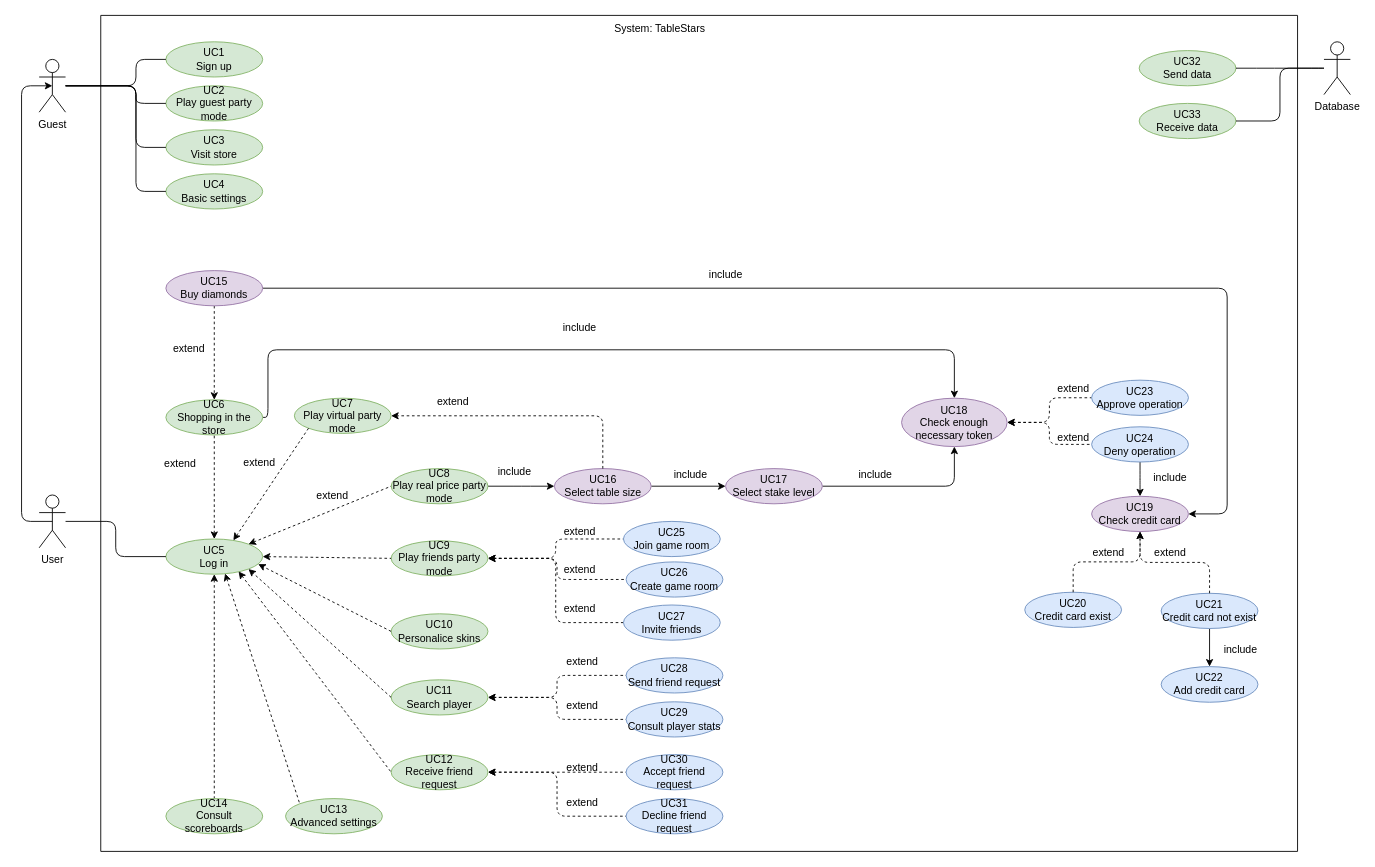
Above: doc/diagrams/TableStars_CU.drawio in samugd17/proyecto-ets (draw.io), before the change. Source tidied: cells renumbered, new cells numbered last; positions are measured from the earlier drawing's top-left corner, leaving out a move shared by most shapes. Both pictures are drawn from the tidied source at 88%, with x=0, y=0 at pixel (21, 15).
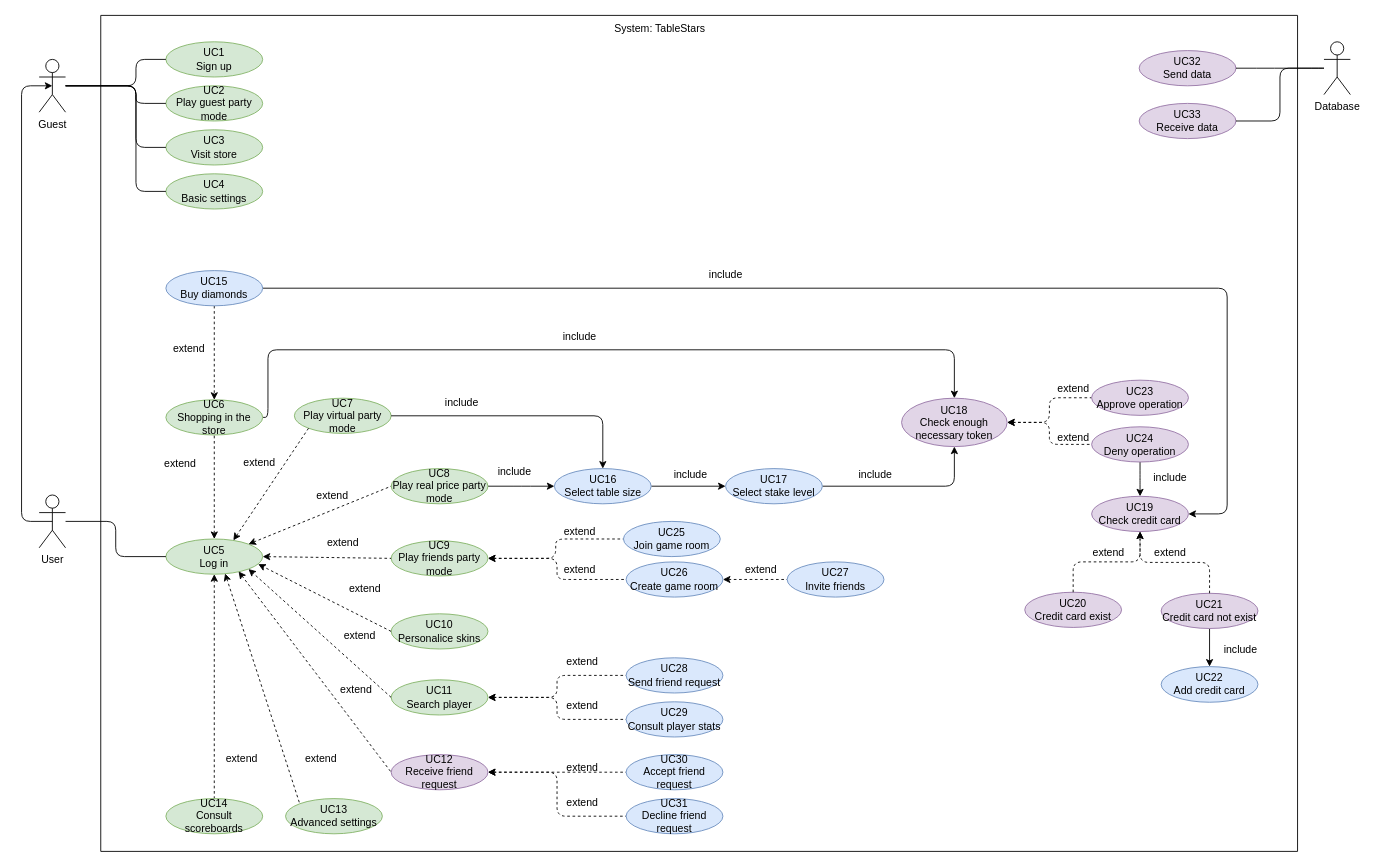
The same diagram, later.

Commit message:
Se corrigen errores y paleta de colores TableStars_CU.drawio #13

The change refers to these unchanged cells:
```xml
<mxCell id="2" style="swimlane;startSize=0;rounded=1;" parent="1" vertex="1">
  <mxGeometry x="90" width="1360" height="950" as="geometry" />
</mxCell>
<mxCell id="16" value="UC9&lt;br&gt;Play friends party mode" style="ellipse;whiteSpace=wrap;html=1;fillColor=#d5e8d4;strokeColor=#82b366;rounded=1;" parent="2" vertex="1">
  <mxGeometry x="330" y="597" width="110" height="40" as="geometry" />
</mxCell>
<mxCell id="53" value="UC26&lt;br&gt;Create game room" style="ellipse;whiteSpace=wrap;html=1;fillColor=#dae8fc;strokeColor=#6c8ebf;rounded=1;" parent="2" vertex="1">
  <mxGeometry x="597" y="621" width="110" height="40" as="geometry" />
</mxCell>
<mxCell id="66" value="UC7&lt;br&gt;Play virtual party mode" style="ellipse;whiteSpace=wrap;html=1;fillColor=#d5e8d4;strokeColor=#82b366;rounded=1;" parent="2" vertex="1">
  <mxGeometry x="220" y="435" width="110" height="40" as="geometry" />
</mxCell>
```

What changed in the source:
```diff
@@
-    <mxCell id="5" value="UC32&lt;br&gt;Send data" style="ellipse;whiteSpace=wrap;html=1;fillColor=#d5e8d4;strokeColor=#82b366;rounded=1;" parent="2" vertex="1">
+    <mxCell id="5" value="UC32&lt;br&gt;Send data" style="ellipse;whiteSpace=wrap;html=1;fillColor=#e1d5e7;strokeColor=#9673a6;rounded=1;" parent="2" vertex="1">
       <mxGeometry x="1180" y="40" width="110" height="40" as="geometry" />
     </mxCell>
@@
     <mxCell id="31" value="include" style="text;html=1;align=center;verticalAlign=middle;strokeColor=none;fillColor=none;rounded=1;" parent="2" vertex="1">
-      <mxGeometry x="514" y="340" width="60" height="30" as="geometry" />
+      <mxGeometry x="514" y="350" width="60" height="30" as="geometry" />
     </mxCell>
@@
-    <mxCell id="34" value="UC33&lt;br&gt;Receive data" style="ellipse;whiteSpace=wrap;html=1;fillColor=#d5e8d4;strokeColor=#82b366;rounded=1;" parent="2" vertex="1">
+    <mxCell id="34" value="UC33&lt;br&gt;Receive data" style="ellipse;whiteSpace=wrap;html=1;fillColor=#e1d5e7;strokeColor=#9673a6;rounded=1;" parent="2" vertex="1">
       <mxGeometry x="1180" y="100" width="110" height="40" as="geometry" />
     </mxCell>
@@
-    <mxCell id="40" value="UC12&lt;br&gt;Receive friend request" style="ellipse;whiteSpace=wrap;html=1;fillColor=#d5e8d4;strokeColor=#82b366;rounded=1;" parent="2" vertex="1">
+    <mxCell id="40" value="UC12&lt;br&gt;Receive friend request" style="ellipse;whiteSpace=wrap;html=1;fillColor=#e1d5e7;strokeColor=#9673a6;rounded=1;" parent="2" vertex="1">
       <mxGeometry x="330" y="840" width="110" height="40" as="geometry" />
     </mxCell>
@@
-    <mxCell id="48" value="UC24&lt;br&gt;Deny operation" style="ellipse;whiteSpace=wrap;html=1;fillColor=#dae8fc;strokeColor=#6c8ebf;rounded=1;" parent="2" vertex="1">
+    <mxCell id="48" value="UC24&lt;br&gt;Deny operation" style="ellipse;whiteSpace=wrap;html=1;fillColor=#e1d5e7;strokeColor=#9673a6;rounded=1;" parent="2" vertex="1">
       <mxGeometry x="1126" y="467.5" width="110" height="40" as="geometry" />
     </mxCell>
-    <mxCell id="49" value="UC23&lt;br&gt;Approve operation" style="ellipse;whiteSpace=wrap;html=1;fillColor=#dae8fc;strokeColor=#6c8ebf;rounded=1;" parent="2" vertex="1">
+    <mxCell id="49" value="UC23&lt;br&gt;Approve operation" style="ellipse;whiteSpace=wrap;html=1;fillColor=#e1d5e7;strokeColor=#9673a6;rounded=1;" parent="2" vertex="1">
       <mxGeometry x="1126" y="414.5" width="110" height="40" as="geometry" />
     </mxCell>
@@
-    <mxCell id="54" style="edgeStyle=orthogonalEdgeStyle;jettySize=auto;html=1;entryX=0;entryY=0.5;entryDx=0;entryDy=0;dashed=1;startArrow=classic;startFill=1;endArrow=none;endFill=0;exitX=1;exitY=0.5;exitDx=0;exitDy=0;" parent="2" edge="1" source="16" target="55">
+    <mxCell id="54" style="edgeStyle=orthogonalEdgeStyle;jettySize=auto;html=1;entryX=0;entryY=0.5;entryDx=0;entryDy=0;dashed=1;startArrow=classic;startFill=1;endArrow=none;endFill=0;exitX=1;exitY=0.5;exitDx=0;exitDy=0;" parent="2" edge="1" source="53" target="55">
       <mxGeometry relative="1" as="geometry" />
     </mxCell>
     <mxCell id="55" value="UC27&lt;br&gt;Invite friends" style="ellipse;whiteSpace=wrap;html=1;fillColor=#dae8fc;strokeColor=#6c8ebf;rounded=1;" parent="2" vertex="1">
-      <mxGeometry x="594" y="670" width="110" height="40" as="geometry" />
+      <mxGeometry x="780" y="621" width="110" height="40" as="geometry" />
     </mxCell>
     <mxCell id="56" value="extend" style="text;html=1;align=center;verticalAlign=middle;strokeColor=none;fillColor=none;rounded=1;" parent="2" vertex="1">
-      <mxGeometry x="514" y="660" width="60" height="30" as="geometry" />
+      <mxGeometry x="720" y="615" width="60" height="30" as="geometry" />
     </mxCell>
@@
-    <mxCell id="60" value="UC16&lt;br&gt;Select table size" style="ellipse;whiteSpace=wrap;html=1;fillColor=#e1d5e7;strokeColor=#9673a6;rounded=1;" parent="2" vertex="1">
+    <mxCell id="60" value="UC16&lt;br&gt;Select table size" style="ellipse;whiteSpace=wrap;html=1;fillColor=#dae8fc;strokeColor=#6c8ebf;rounded=1;" parent="2" vertex="1">
       <mxGeometry x="515.5" y="515" width="110" height="40" as="geometry" />
     </mxCell>
@@
-    <mxCell id="62" value="UC17&lt;br&gt;Select stake level" style="ellipse;whiteSpace=wrap;html=1;fillColor=#e1d5e7;strokeColor=#9673a6;rounded=1;" parent="2" vertex="1">
+    <mxCell id="62" value="UC17&lt;br&gt;Select stake level" style="ellipse;whiteSpace=wrap;html=1;fillColor=#dae8fc;strokeColor=#6c8ebf;rounded=1;" parent="2" vertex="1">
       <mxGeometry x="710" y="515" width="110" height="40" as="geometry" />
     </mxCell>
@@
-    <mxCell id="67" style="edgeStyle=orthogonalEdgeStyle;jettySize=auto;html=1;entryX=1;entryY=0.5;entryDx=0;entryDy=0;dashed=1;exitX=0.5;exitY=0;exitDx=0;exitDy=0;" parent="2" edge="1" source="60" target="66">
+    <mxCell id="67" style="edgeStyle=orthogonalEdgeStyle;jettySize=auto;html=1;entryX=1;entryY=0.5;entryDx=0;entryDy=0;exitX=0.5;exitY=0;exitDx=0;exitDy=0;startArrow=classic;startFill=1;endArrow=none;endFill=0;" parent="2" edge="1" source="60" target="66">
       <mxGeometry relative="1" as="geometry" />
     </mxCell>
-    <mxCell id="68" value="extend" style="text;html=1;align=center;verticalAlign=middle;strokeColor=none;fillColor=none;rounded=1;" parent="2" vertex="1">
-      <mxGeometry x="370" y="424" width="60" height="30" as="geometry" />
-    </mxCell>
@@
-    <mxCell id="76" value="UC15&lt;br&gt;Buy diamonds" style="ellipse;whiteSpace=wrap;html=1;fillColor=#e1d5e7;strokeColor=#9673a6;rounded=1;" parent="2" vertex="1">
+    <mxCell id="76" value="UC15&lt;br&gt;Buy diamonds" style="ellipse;whiteSpace=wrap;html=1;fillColor=#dae8fc;strokeColor=#6c8ebf;rounded=1;" parent="2" vertex="1">
       <mxGeometry x="74" y="290" width="110" height="40" as="geometry" />
     </mxCell>
@@
-    <mxCell id="78" value="UC20&lt;br&gt;Credit card exist" style="ellipse;whiteSpace=wrap;html=1;fillColor=#dae8fc;strokeColor=#6c8ebf;rounded=1;" parent="2" vertex="1">
+    <mxCell id="78" value="UC20&lt;br&gt;Credit card exist" style="ellipse;whiteSpace=wrap;html=1;fillColor=#e1d5e7;strokeColor=#9673a6;rounded=1;" parent="2" vertex="1">
       <mxGeometry x="1050" y="655.5" width="110" height="40" as="geometry" />
     </mxCell>
@@
-    <mxCell id="83" value="UC21&lt;br&gt;Credit card not exist" style="ellipse;whiteSpace=wrap;html=1;fillColor=#dae8fc;strokeColor=#6c8ebf;rounded=1;" parent="2" vertex="1">
+    <mxCell id="83" value="UC21&lt;br&gt;Credit card not exist" style="ellipse;whiteSpace=wrap;html=1;fillColor=#e1d5e7;strokeColor=#9673a6;rounded=1;" parent="2" vertex="1">
       <mxGeometry x="1205" y="656.7" width="110" height="40" as="geometry" />
     </mxCell>
@@
+    <mxCell id="100" value="include" style="text;html=1;align=center;verticalAlign=middle;strokeColor=none;fillColor=none;rounded=1;" parent="2" vertex="1">
+      <mxGeometry x="380" y="424.5" width="60" height="30" as="geometry" />
+    </mxCell>
+    <mxCell id="101" value="extend" style="text;html=1;align=center;verticalAlign=middle;strokeColor=none;fillColor=none;rounded=1;" parent="2" vertex="1">
+      <mxGeometry x="245" y="585" width="60" height="30" as="geometry" />
+    </mxCell>
+    <mxCell id="102" value="extend" style="text;html=1;align=center;verticalAlign=middle;strokeColor=none;fillColor=none;rounded=1;" parent="2" vertex="1">
+      <mxGeometry x="270" y="637" width="60" height="30" as="geometry" />
+    </mxCell>
+    <mxCell id="103" value="extend" style="text;html=1;align=center;verticalAlign=middle;strokeColor=none;fillColor=none;rounded=1;" parent="2" vertex="1">
+      <mxGeometry x="264" y="690" width="60" height="30" as="geometry" />
+    </mxCell>
+    <mxCell id="104" value="extend" style="text;html=1;align=center;verticalAlign=middle;strokeColor=none;fillColor=none;rounded=1;" parent="2" vertex="1">
+      <mxGeometry x="260" y="750.5" width="60" height="30" as="geometry" />
+    </mxCell>
+    <mxCell id="105" value="extend" style="text;html=1;align=center;verticalAlign=middle;strokeColor=none;fillColor=none;rounded=1;" parent="2" vertex="1">
+      <mxGeometry x="220" y="830" width="60" height="30" as="geometry" />
+    </mxCell>
+    <mxCell id="106" value="extend" style="text;html=1;align=center;verticalAlign=middle;strokeColor=none;fillColor=none;rounded=1;" parent="2" vertex="1">
+      <mxGeometry x="130" y="830" width="60" height="30" as="geometry" />
+    </mxCell>
```
